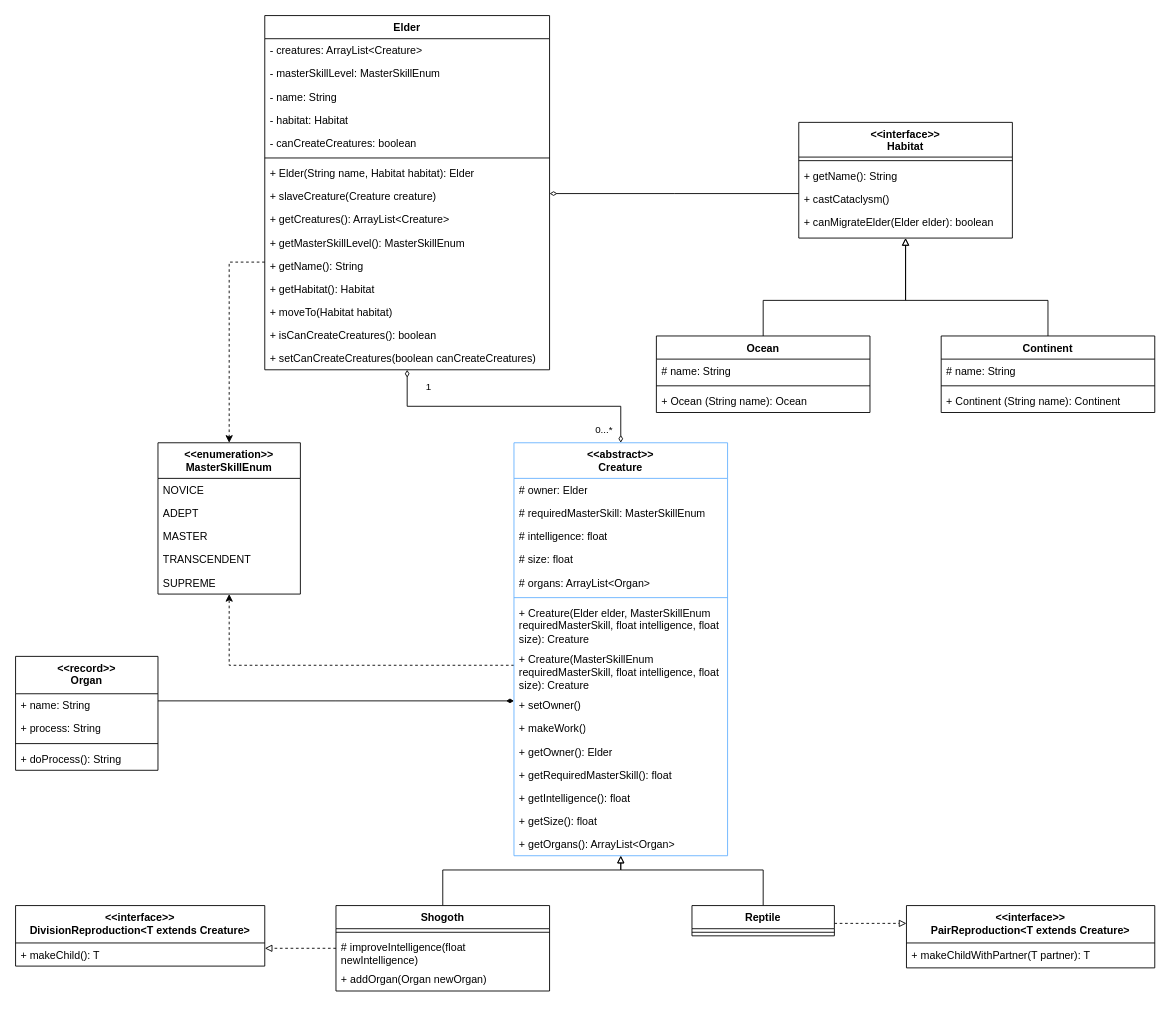
AskarKasimov/programming-lab-3 keeps this draw.io diagram as Class diagram.drawio. Above is the earlier version. Source tidied: cells renumbered, new cells numbered last; positions are measured from the earlier drawing's top-left corner, leaving out a move shared by most shapes. Both pictures are drawn from the tidied source at 89%, with x=0, y=0 at pixel (15, 15).
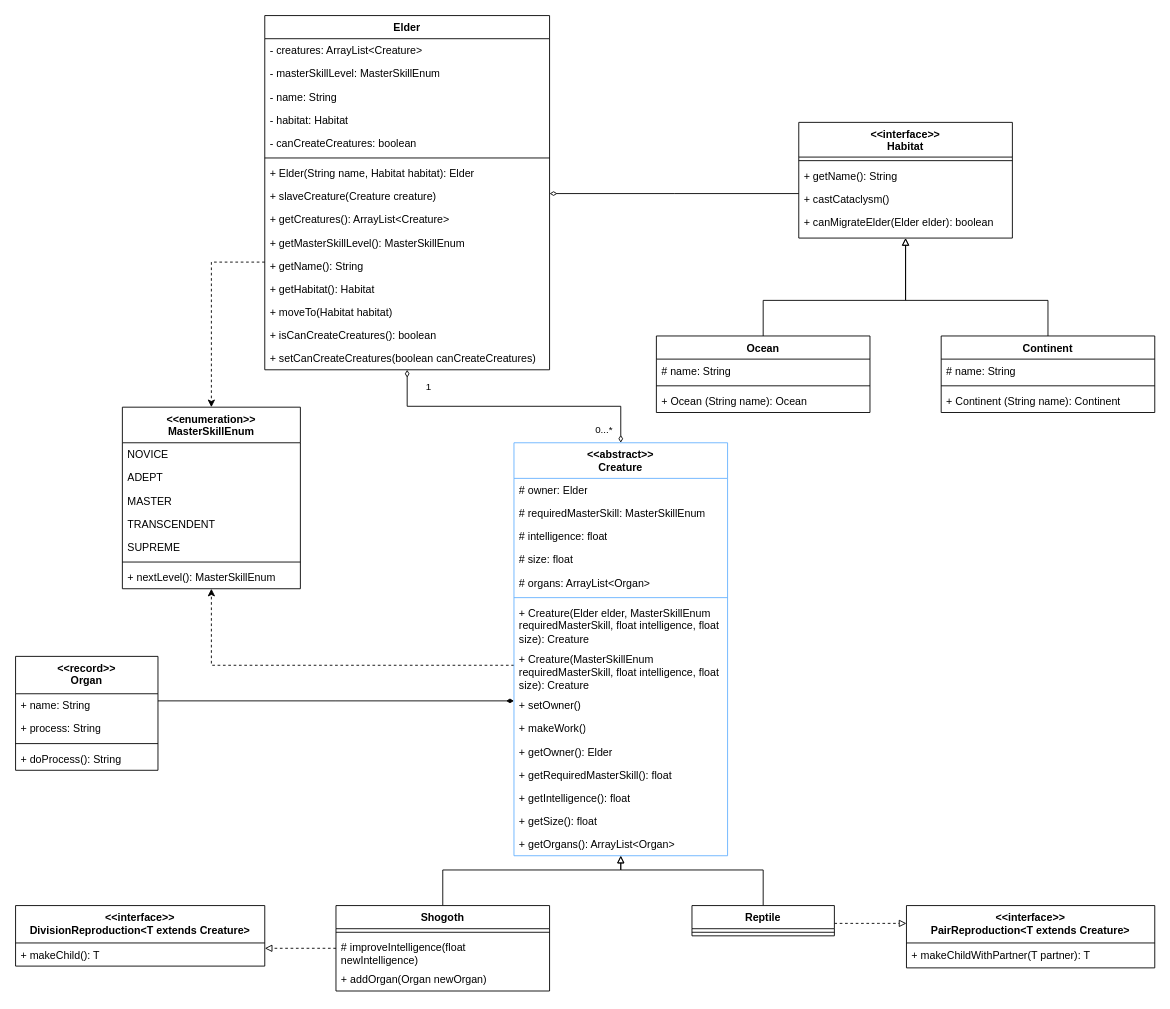
The same diagram, later.

The change refers to these unchanged cells:
```xml
<mxCell id="6" value="Elder" style="swimlane;fontStyle=1;align=center;verticalAlign=top;horizontal=1;startSize=26;whiteSpace=wrap;html=1;" parent="1" vertex="1">
  <mxGeometry x="280" width="320" height="398" as="geometry" />
</mxCell>
<mxCell id="43" value="&lt;div&gt;&lt;span style=&quot;white-space-collapse: preserve;&quot; class=&quot;EzKURWReUAB5oZgtQNkl&quot;&gt;&amp;lt;&amp;lt;abstract&amp;gt;&amp;gt;&lt;/span&gt;&lt;/div&gt;&lt;span style=&quot;white-space-collapse: preserve;&quot; class=&quot;EzKURWReUAB5oZgtQNkl&quot;&gt;Creature&lt;/span&gt;" style="swimlane;fontStyle=1;align=center;verticalAlign=top;horizontal=1;startSize=40;whiteSpace=wrap;html=1;strokeColor=#66B2FF;" parent="1" vertex="1">
  <mxGeometry x="560" y="480" width="240" height="464" as="geometry" />
</mxCell>
```

What changed in the source:
```diff
@@
     <mxCell id="3" style="edgeStyle=orthogonalEdgeStyle;rounded=0;jettySize=auto;html=1;dashed=1;" parent="1" edge="1" source="6" target="69">
       <mxGeometry relative="1" as="geometry">
         <Array as="points">
-          <mxPoint x="240" y="277" />
+          <mxPoint x="220" y="277" />
         </Array>
       </mxGeometry>
     </mxCell>
@@
     <mxCell id="42" style="edgeStyle=orthogonalEdgeStyle;rounded=0;jettySize=auto;html=1;dashed=1;" parent="1" edge="1" source="43" target="69">
       <mxGeometry relative="1" as="geometry">
         <Array as="points">
-          <mxPoint x="240" y="730" />
+          <mxPoint x="220" y="730" />
         </Array>
       </mxGeometry>
     </mxCell>
@@
     <mxCell id="69" value="&amp;lt;&amp;lt;enumeration&amp;gt;&amp;gt;&lt;div&gt;MasterSkillEnum&lt;/div&gt;" style="swimlane;fontStyle=1;align=center;verticalAlign=top;horizontal=1;startSize=40;whiteSpace=wrap;html=1;" parent="1" vertex="1">
-      <mxGeometry x="160" y="480" width="160" height="170" as="geometry" />
+      <mxGeometry x="120" y="440" width="200" height="204" as="geometry" />
     </mxCell>
     <mxCell id="70" value="NOVICE" style="text;strokeColor=none;fillColor=none;align=left;verticalAlign=top;spacingLeft=4;spacingRight=4;overflow=hidden;whiteSpace=wrap;html=1;" parent="69" vertex="1">
-      <mxGeometry y="40" width="160" height="26" as="geometry" />
+      <mxGeometry y="40" width="200" height="26" as="geometry" />
     </mxCell>
     <mxCell id="71" value="ADEPT" style="text;strokeColor=none;fillColor=none;align=left;verticalAlign=top;spacingLeft=4;spacingRight=4;overflow=hidden;whiteSpace=wrap;html=1;" parent="69" vertex="1">
-      <mxGeometry y="66" width="160" height="26" as="geometry" />
+      <mxGeometry y="66" width="200" height="26" as="geometry" />
     </mxCell>
     <mxCell id="72" value="MASTER" style="text;strokeColor=none;fillColor=none;align=left;verticalAlign=top;spacingLeft=4;spacingRight=4;overflow=hidden;whiteSpace=wrap;html=1;" parent="69" vertex="1">
-      <mxGeometry y="92" width="160" height="26" as="geometry" />
+      <mxGeometry y="92" width="200" height="26" as="geometry" />
     </mxCell>
     <mxCell id="73" value="TRANSCENDENT" style="text;strokeColor=none;fillColor=none;align=left;verticalAlign=top;spacingLeft=4;spacingRight=4;overflow=hidden;whiteSpace=wrap;html=1;" parent="69" vertex="1">
-      <mxGeometry y="118" width="160" height="26" as="geometry" />
+      <mxGeometry y="118" width="200" height="26" as="geometry" />
     </mxCell>
     <mxCell id="74" value="SUPREME" style="text;strokeColor=none;fillColor=none;align=left;verticalAlign=top;spacingLeft=4;spacingRight=4;overflow=hidden;whiteSpace=wrap;html=1;" parent="69" vertex="1">
-      <mxGeometry y="144" width="160" height="26" as="geometry" />
+      <mxGeometry y="144" width="200" height="26" as="geometry" />
     </mxCell>
+    <mxCell id="81" style="line;strokeWidth=1;fillColor=none;align=left;verticalAlign=middle;spacingTop=-1;spacingLeft=3;spacingRight=3;labelPosition=right;strokeColor=inherit;" parent="69" vertex="1">
+      <mxGeometry y="170" width="200" height="8" as="geometry" />
+    </mxCell>
+    <mxCell id="82" value="+ nextLevel(): MasterSkillEnum" style="text;strokeColor=none;fillColor=none;align=left;verticalAlign=top;spacingLeft=4;spacingRight=4;overflow=hidden;whiteSpace=wrap;html=1;" parent="69" vertex="1">
+      <mxGeometry y="178" width="200" height="26" as="geometry" />
+    </mxCell>
```
